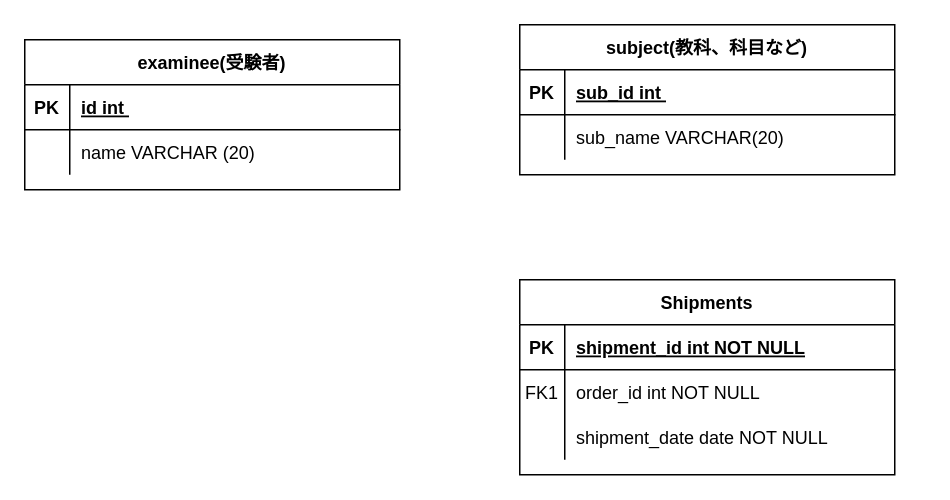
Before: 名称未設定ファイル.drawio in YoshitakaSaito1223/JavaInClass, a draw.io diagram. Source tidied: cells renumbered, new cells numbered last; positions are measured from the earlier drawing's top-left corner, leaving out a move shared by most shapes. Both pictures are drawn from the tidied source at 150%, with x=0, y=0 at pixel (24, 24).
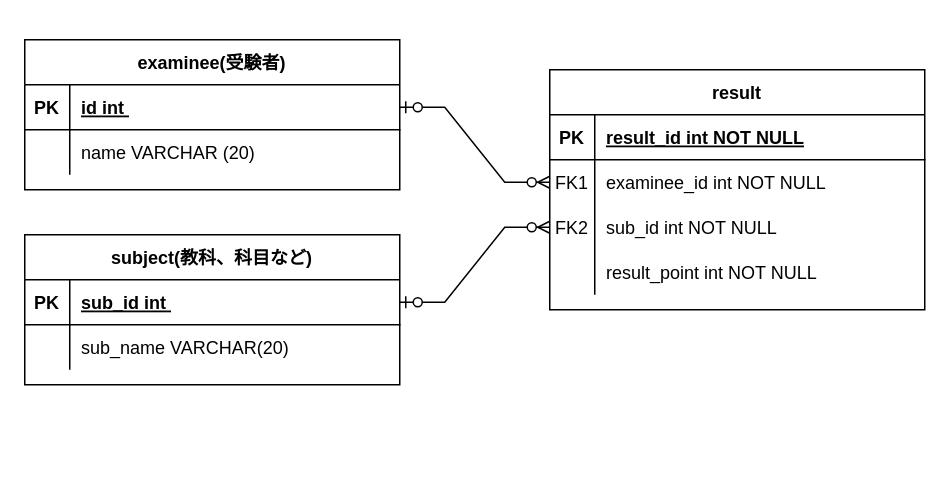
The same diagram, later.

Commit message:
ER図のリレーション定義

The change refers to these unchanged cells:
```xml
<mxCell id="3" style="shape=partialRectangle;fillColor=none;points=[[0,0.5],[1,0.5]];portConstraint=eastwest;top=0;left=0;right=0;bottom=1;" parent="2" vertex="1">
  <mxGeometry y="30" width="250" height="30" as="geometry" />
</mxCell>
<mxCell id="10" style="shape=partialRectangle;fillColor=none;top=0;left=0;right=0;bottom=1;" parent="9" vertex="1">
  <mxGeometry y="30" width="250" height="30" as="geometry" />
</mxCell>
<mxCell id="20" style="shape=partialRectangle;fillColor=none;points=[[0,0.5],[1,0.5]];portConstraint=eastwest;top=0;left=0;right=0;bottom=1;" parent="19" vertex="1">
  <mxGeometry y="30" width="250" height="30" as="geometry" />
</mxCell>
```

The edit, as a diff of the source:
```diff
@@
     <mxCell id="2" value="subject(教科、科目など)" style="shape=table;startSize=30;childLayout=tableLayout;rowLines=0;fontStyle=1;align=center;" parent="1" vertex="1">
-      <mxGeometry x="330" width="250" height="100" as="geometry" />
+      <mxGeometry y="140" width="250" height="100" as="geometry" />
     </mxCell>
@@
-    <mxCell id="9" value="Shipments" style="shape=table;startSize=30;childLayout=tableLayout;rowLines=0;fontStyle=1;align=center;" parent="1" vertex="1">
-      <mxGeometry x="330" y="170" width="250" height="130" as="geometry" />
+    <mxCell id="9" value="result" style="shape=table;startSize=30;childLayout=tableLayout;rowLines=0;fontStyle=1;align=center;" parent="1" vertex="1">
+      <mxGeometry x="350" y="30" width="250" height="160" as="geometry" />
     </mxCell>
@@
-    <mxCell id="12" value="shipment_id int NOT NULL " style="shape=partialRectangle;overflow=hidden;fillColor=none;top=0;left=0;bottom=0;right=0;align=left;spacingLeft=6;fontStyle=5;" parent="10" vertex="1">
+    <mxCell id="12" value="result_id int NOT NULL" style="shape=partialRectangle;overflow=hidden;fillColor=none;top=0;left=0;bottom=0;right=0;align=left;spacingLeft=6;fontStyle=5;" parent="10" vertex="1">
       <mxGeometry x="30" width="220" height="30" as="geometry" />
     </mxCell>
+    <mxCell id="16" style="shape=partialRectangle;fillColor=none;points=[[0,0.5],[1,0.5]];portConstraint=eastwest;top=0;left=0;right=0;bottom=0;" parent="9" vertex="1">
+      <mxGeometry y="60" width="250" height="30" as="geometry" />
+    </mxCell>
+    <mxCell id="17" value="FK1" style="shape=partialRectangle;overflow=hidden;fillColor=none;top=0;left=0;bottom=0;right=0;" parent="16" vertex="1">
+      <mxGeometry width="30" height="30" as="geometry" />
+    </mxCell>
+    <mxCell id="18" value="examinee_id int NOT NULL" style="shape=partialRectangle;overflow=hidden;fillColor=none;top=0;left=0;bottom=0;right=0;align=left;spacingLeft=6;" parent="16" vertex="1">
+      <mxGeometry x="30" width="220" height="30" as="geometry" />
+    </mxCell>
     <mxCell id="13" style="shape=partialRectangle;fillColor=none;points=[[0,0.5],[1,0.5]];portConstraint=eastwest;top=0;left=0;right=0;bottom=0;" parent="9" vertex="1">
-      <mxGeometry y="60" width="250" height="30" as="geometry" />
+      <mxGeometry y="90" width="250" height="30" as="geometry" />
     </mxCell>
-    <mxCell id="14" value="FK1" style="shape=partialRectangle;overflow=hidden;fillColor=none;top=0;left=0;bottom=0;right=0;" parent="13" vertex="1">
+    <mxCell id="14" value="FK2" style="shape=partialRectangle;overflow=hidden;fillColor=none;top=0;left=0;bottom=0;right=0;" parent="13" vertex="1">
       <mxGeometry width="30" height="30" as="geometry" />
     </mxCell>
-    <mxCell id="15" value="order_id int NOT NULL" style="shape=partialRectangle;overflow=hidden;fillColor=none;top=0;left=0;bottom=0;right=0;align=left;spacingLeft=6;" parent="13" vertex="1">
+    <mxCell id="15" value="sub_id int NOT NULL" style="shape=partialRectangle;overflow=hidden;fillColor=none;top=0;left=0;bottom=0;right=0;align=left;spacingLeft=6;" parent="13" vertex="1">
       <mxGeometry x="30" width="220" height="30" as="geometry" />
     </mxCell>
-    <mxCell id="16" style="shape=partialRectangle;fillColor=none;points=[[0,0.5],[1,0.5]];portConstraint=eastwest;top=0;left=0;right=0;bottom=0;" parent="9" vertex="1">
-      <mxGeometry y="90" width="250" height="30" as="geometry" />
-    </mxCell>
-    <mxCell id="17" style="shape=partialRectangle;overflow=hidden;fillColor=none;top=0;left=0;bottom=0;right=0;" parent="16" vertex="1">
-      <mxGeometry width="30" height="30" as="geometry" />
-    </mxCell>
-    <mxCell id="18" value="shipment_date date NOT NULL" style="shape=partialRectangle;overflow=hidden;fillColor=none;top=0;left=0;bottom=0;right=0;align=left;spacingLeft=6;" parent="16" vertex="1">
-      <mxGeometry x="30" width="220" height="30" as="geometry" />
-    </mxCell>
+    <mxCell id="26" style="shape=tableRow;horizontal=0;startSize=0;swimlaneHead=0;swimlaneBody=0;fillColor=none;top=0;left=0;right=0;bottom=0;" parent="9" vertex="1">
+      <mxGeometry y="120" width="250" height="30" as="geometry" />
+    </mxCell>
+    <mxCell id="27" style="shape=partialRectangle;fillColor=none;top=0;left=0;bottom=0;right=0;overflow=hidden;" parent="26" vertex="1">
+      <mxGeometry width="30" height="30" as="geometry" />
+    </mxCell>
+    <mxCell id="28" value="result_point int NOT NULL" style="shape=partialRectangle;fillColor=none;top=0;left=0;bottom=0;right=0;align=left;spacingLeft=6;overflow=hidden;" parent="26" vertex="1">
+      <mxGeometry x="30" width="220" height="30" as="geometry" />
+    </mxCell>
@@
+    <mxCell id="29" style="edgeStyle=entityRelationEdgeStyle;fontSize=12;html=1;endArrow=ERzeroToMany;startArrow=ERzeroToOne;rounded=0;entryX=0;entryY=0.5;entryDx=0;entryDy=0;exitX=1;exitY=0.5;exitDx=0;exitDy=0;" parent="1" edge="1" source="3" target="13">
+      <mxGeometry relative="1" as="geometry" />
+    </mxCell>
+    <mxCell id="30" style="edgeStyle=entityRelationEdgeStyle;fontSize=12;html=1;endArrow=ERzeroToMany;startArrow=ERzeroToOne;rounded=0;entryX=0;entryY=0.5;entryDx=0;entryDy=0;exitX=1;exitY=0.5;exitDx=0;exitDy=0;" parent="1" edge="1" source="20" target="16">
+      <mxGeometry relative="1" as="geometry" />
+    </mxCell>
```
